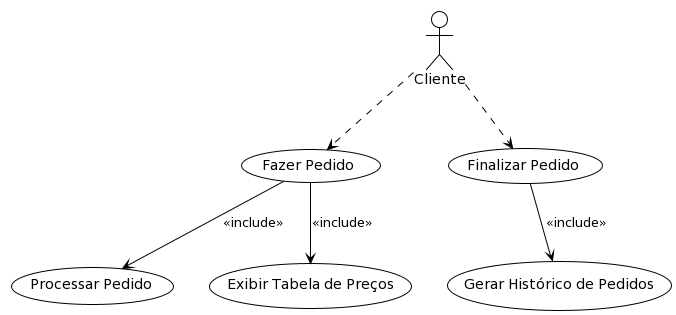
Earlier version of the PlantUML export docs/diagrama casos de uso.png (GuJeromine/Projeto-Loja-de-Chocolates).
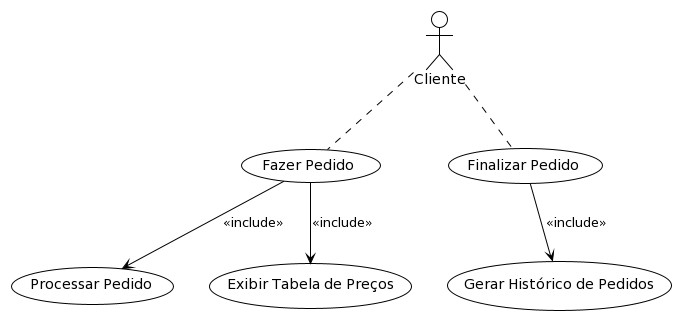
After the change.

What changed in the source:
```diff
@@ -8,8 +8,8 @@
 usecase (Gerar Histórico de Pedidos)
 usecase (Exibir Tabela de Preços)
 
-c ..> (Fazer Pedido)
-c ..> (Finalizar Pedido)
+c .. (Fazer Pedido)
+c .. (Finalizar Pedido)
 (Fazer Pedido) --> (Processar Pedido) : <<include>>
 (Finalizar Pedido) --> (Gerar Histórico de Pedidos) : <<include>>
 (Fazer Pedido) --> (Exibir Tabela de Preços) : <<include>>
```
